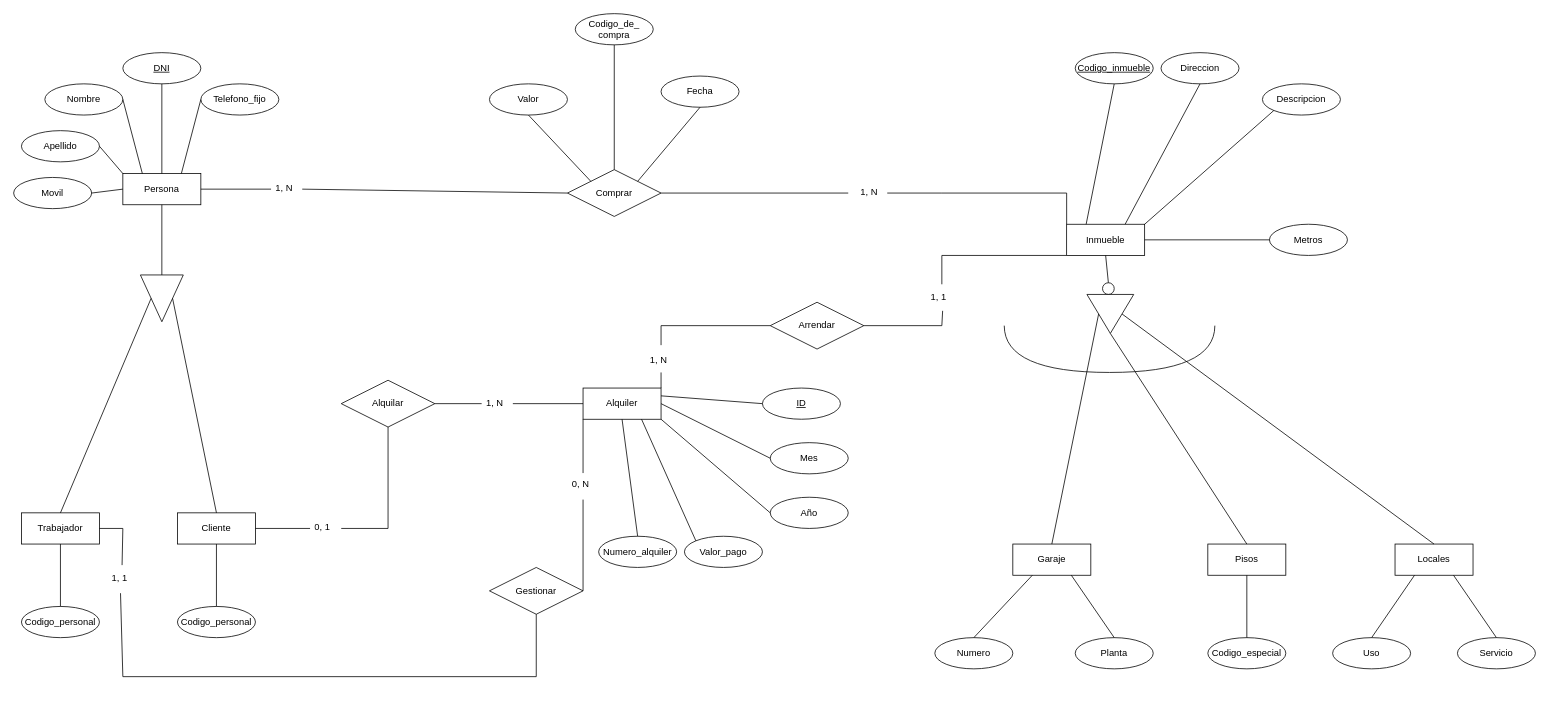
Above: Actividad_18_C3_UD18.drawio in jordimall/jmg-tsys-ta12diagramasER-drawio-111023 (draw.io), before the change. Source tidied: cells renumbered, new cells numbered last; positions are measured from the earlier drawing's top-left corner, leaving out a move shared by most shapes. Both pictures are drawn from the tidied source at 78%, with x=0, y=0 at pixel (13, 13).
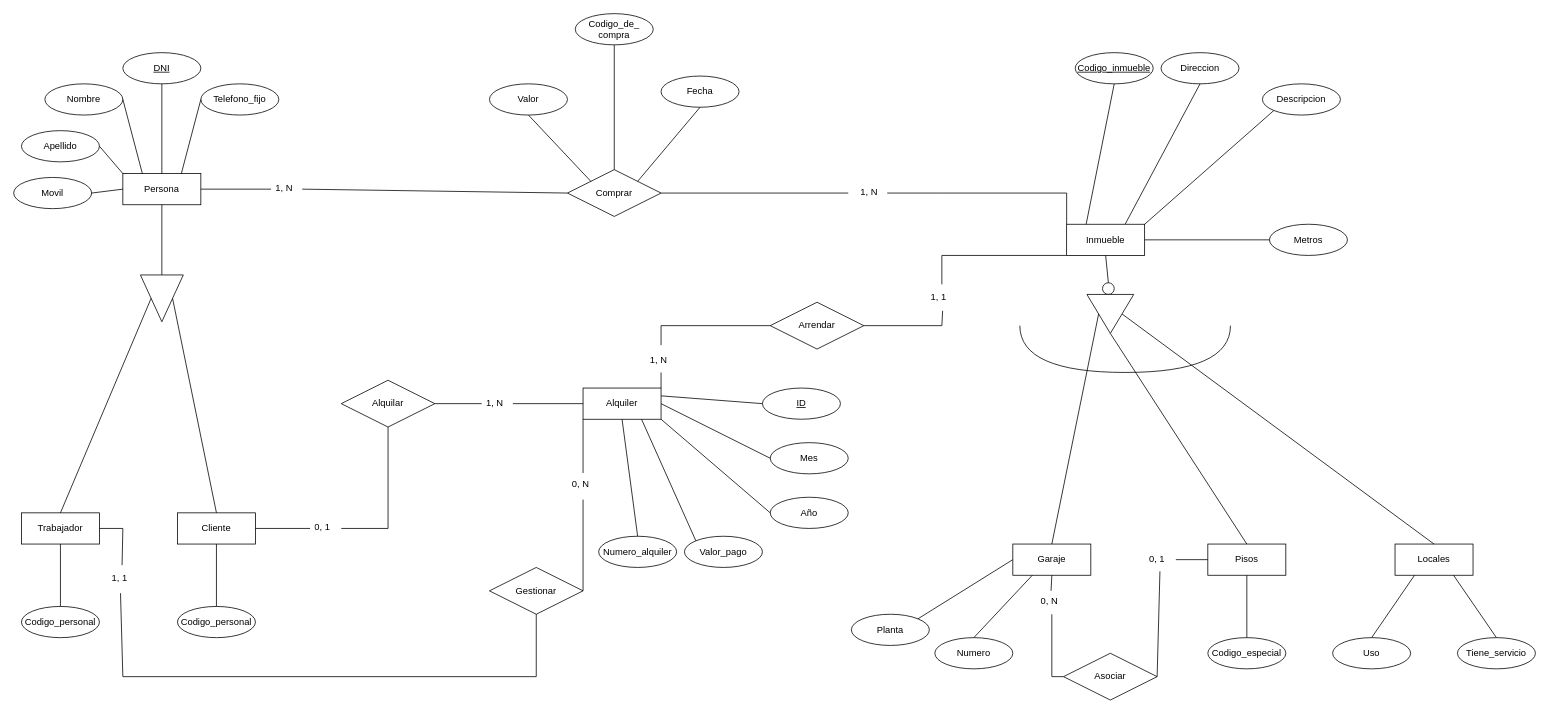
The same diagram, later.

Unchanged cells that the change refers to:
```xml
<mxCell id="3" value="Pisos" style="whiteSpace=wrap;html=1;align=center;" parent="1" vertex="1">
  <mxGeometry x="1531" y="680" width="100" height="40" as="geometry" />
</mxCell>
<mxCell id="5" value="Garaje" style="whiteSpace=wrap;html=1;align=center;" parent="1" vertex="1">
  <mxGeometry x="1281" y="680" width="100" height="40" as="geometry" />
</mxCell>
```

What changed in the source:
```diff
@@
-    <mxCell id="12" value="Servicio" style="ellipse;whiteSpace=wrap;html=1;align=center;" parent="1" vertex="1">
+    <mxCell id="12" value="Tiene_servicio" style="ellipse;whiteSpace=wrap;html=1;align=center;" parent="1" vertex="1">
       <mxGeometry x="1851" y="800" width="100" height="40" as="geometry" />
     </mxCell>
@@
     <mxCell id="17" value="Planta" style="ellipse;whiteSpace=wrap;html=1;align=center;" parent="1" vertex="1">
-      <mxGeometry x="1361" y="800" width="100" height="40" as="geometry" />
+      <mxGeometry x="1074" y="770" width="100" height="40" as="geometry" />
     </mxCell>
-    <mxCell id="18" style="endArrow=none;html=1;rounded=0;entryX=0.75;entryY=1;entryDx=0;entryDy=0;exitX=0.5;exitY=0;exitDx=0;exitDy=0;" parent="1" edge="1" source="17" target="5">
+    <mxCell id="18" style="endArrow=none;html=1;rounded=0;entryX=0;entryY=0.5;entryDx=0;entryDy=0;exitX=1;exitY=0;exitDx=0;exitDy=0;" parent="1" edge="1" source="17" target="5">
       <mxGeometry relative="1" as="geometry" />
     </mxCell>
@@
     <mxCell id="88" style="endArrow=none;html=1;rounded=0;edgeStyle=orthogonalEdgeStyle;curved=1;" parent="1" edge="1">
       <mxGeometry relative="1" as="geometry">
-        <mxPoint x="1270" y="400" as="sourcePoint" />
-        <mxPoint x="1540" y="400" as="targetPoint" />
+        <mxPoint x="1290" y="400" as="sourcePoint" />
+        <mxPoint x="1560" y="400" as="targetPoint" />
         <Array as="points">
-          <mxPoint x="1270" y="460" />
-          <mxPoint x="1540" y="460" />
+          <mxPoint x="1290" y="460" />
+          <mxPoint x="1560" y="460" />
         </Array>
       </mxGeometry>
     </mxCell>
@@
+    <mxCell id="97" value="Asociar" style="shape=rhombus;perimeter=rhombusPerimeter;whiteSpace=wrap;html=1;align=center;" parent="1" vertex="1">
+      <mxGeometry x="1346" y="820" width="120" height="60" as="geometry" />
+    </mxCell>
+    <mxCell id="98" style="endArrow=none;html=1;rounded=0;entryX=0.5;entryY=1;entryDx=0;entryDy=0;" parent="1" edge="1" target="5">
+      <mxGeometry relative="1" as="geometry">
+        <mxPoint x="1330" y="740" as="sourcePoint" />
+      </mxGeometry>
+    </mxCell>
+    <mxCell id="99" style="endArrow=none;html=1;rounded=0;exitX=0;exitY=0.5;exitDx=0;exitDy=0;entryX=0.5;entryY=1;entryDx=0;entryDy=0;" parent="1" edge="1" source="97" target="100">
+      <mxGeometry relative="1" as="geometry">
+        <Array as="points">
+          <mxPoint x="1331" y="850" />
+        </Array>
+      </mxGeometry>
+    </mxCell>
+    <mxCell id="100" value="0, N" style="text;strokeColor=none;fillColor=none;spacingLeft=4;spacingRight=4;overflow=hidden;points=[[0,0.5],[1,0.5]];portConstraint=eastwest;fontSize=12;whiteSpace=wrap;html=1;" parent="1" vertex="1">
+      <mxGeometry x="1311" y="740" width="40" height="30" as="geometry" />
+    </mxCell>
+    <mxCell id="101" style="endArrow=none;html=1;rounded=0;exitX=1;exitY=0.5;exitDx=0;exitDy=0;" parent="1" edge="1" source="97" target="102">
+      <mxGeometry relative="1" as="geometry" />
+    </mxCell>
+    <mxCell id="102" value="0, 1" style="text;strokeColor=none;fillColor=none;spacingLeft=4;spacingRight=4;overflow=hidden;points=[[0,0.5],[1,0.5]];portConstraint=eastwest;fontSize=12;whiteSpace=wrap;html=1;" parent="1" vertex="1">
+      <mxGeometry x="1450" y="685" width="40" height="30" as="geometry" />
+    </mxCell>
+    <mxCell id="103" style="endArrow=none;html=1;rounded=0;entryX=0;entryY=0.5;entryDx=0;entryDy=0;exitX=1;exitY=0.5;exitDx=0;exitDy=0;" parent="1" edge="1" source="102" target="3">
+      <mxGeometry relative="1" as="geometry" />
+    </mxCell>
```
